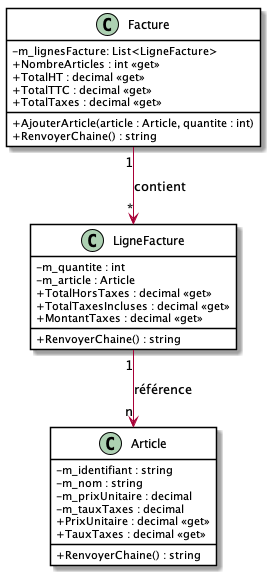
Earlier version of the PlantUML export images/Module03_Association/diag/src/FactureDiagClasses_Exercices/FactureDiagClasses.png (PiFou86/420-W20-SF).
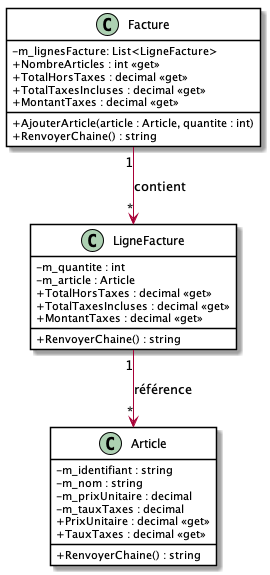
After the commit.

The edit, as a diff of the source:
```diff
@@ -6,14 +6,14 @@
 }
 
 Facture "1" --> "*" LigneFacture : contient
-LigneFacture "1" --> "n" Article : référence
+LigneFacture "1" --> "*" Article : référence
 
 class Facture {
     - m_lignesFacture: List<LigneFacture>
     + NombreArticles : int <<get>>
-    + TotalHT : decimal <<get>>
-    + TotalTTC : decimal <<get>>
-    + TotalTaxes : decimal <<get>>
+    + TotalHorsTaxes : decimal <<get>>
+    + TotalTaxesIncluses : decimal <<get>>
+    + MontantTaxes : decimal <<get>>
     + AjouterArticle(article : Article, quantite : int)
     + RenvoyerChaine() : string
 }
```
